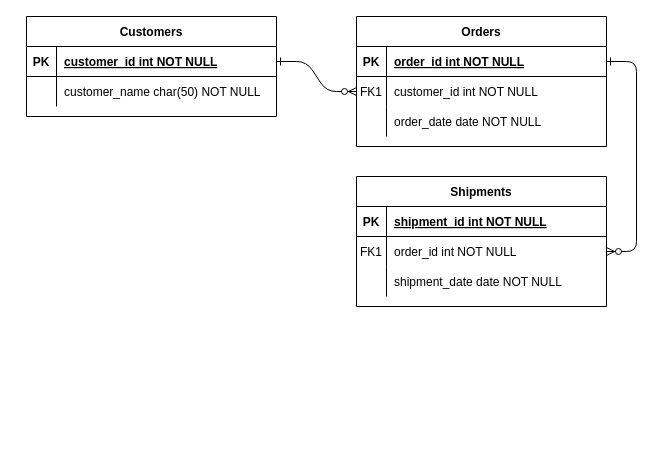
KailaTheeNgineer/TurtlePaint keeps this draw.io diagram as Untitled Diagram.drawio. Above is the earlier version. Source tidied: cells renumbered, new cells numbered last; positions are measured from the earlier drawing's top-left corner, leaving out a move shared by most shapes. Both pictures are drawn from the tidied source at 100%, with x=0, y=0 at pixel (26, 16).
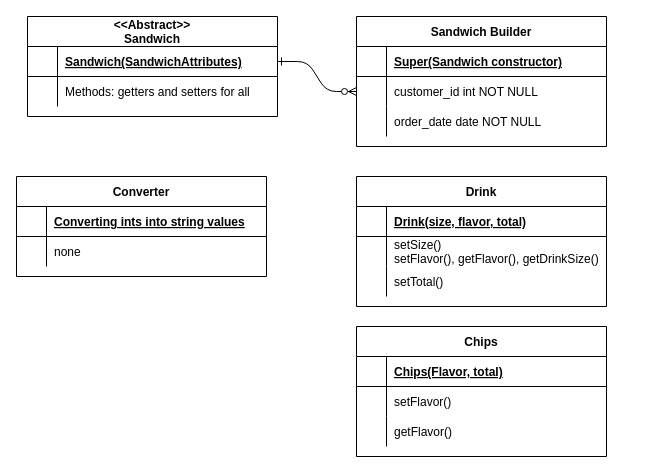
The same diagram, later.

The change refers to these unchanged cells:
```xml
<mxCell id="5" style="shape=partialRectangle;fillColor=none;points=[[0,0.5],[1,0.5]];portConstraint=eastwest;top=0;left=0;right=0;bottom=1;" parent="4" vertex="1">
  <mxGeometry y="30" width="250" height="30" as="geometry" />
</mxCell>
<mxCell id="8" style="shape=partialRectangle;fillColor=none;points=[[0,0.5],[1,0.5]];portConstraint=eastwest;top=0;left=0;right=0;bottom=0;" parent="4" vertex="1">
  <mxGeometry y="60" width="250" height="30" as="geometry" />
</mxCell>
<mxCell id="15" style="shape=partialRectangle;fillColor=none;top=0;left=0;right=0;bottom=1;" parent="14" vertex="1">
  <mxGeometry y="30" width="250" height="30" as="geometry" />
</mxCell>
<mxCell id="18" style="shape=partialRectangle;fillColor=none;points=[[0,0.5],[1,0.5]];portConstraint=eastwest;top=0;left=0;right=0;bottom=0;" parent="14" vertex="1">
  <mxGeometry y="60" width="250" height="30" as="geometry" />
</mxCell>
<mxCell id="21" style="shape=partialRectangle;fillColor=none;top=0;left=0;right=0;bottom=0;" parent="14" vertex="1">
  <mxGeometry y="90" width="250" height="30" as="geometry" />
</mxCell>
<mxCell id="25" style="shape=partialRectangle;fillColor=none;points=[[0,0.5],[1,0.5]];portConstraint=eastwest;top=0;left=0;right=0;bottom=1;" parent="24" vertex="1">
  <mxGeometry y="30" width="250" height="30" as="geometry" />
</mxCell>
<mxCell id="28" style="shape=partialRectangle;fillColor=none;top=0;left=0;right=0;bottom=0;" parent="24" vertex="1">
  <mxGeometry y="60" width="250" height="30" as="geometry" />
</mxCell>
```

Diff of the diagram source:
```diff
@@
-    <mxCell id="3" style="edgeStyle=entityRelationEdgeStyle;endArrow=ERzeroToMany;startArrow=ERone;endFill=1;startFill=0;" parent="1" edge="1" source="5" target="18">
-      <mxGeometry relative="1" as="geometry" />
-    </mxCell>
-    <mxCell id="4" value="Orders" style="shape=table;startSize=30;childLayout=tableLayout;rowLines=0;fontStyle=1;align=center;" parent="1" vertex="1">
+    <mxCell id="4" value="Sandwich Builder" style="shape=table;startSize=30;childLayout=tableLayout;rowLines=0;fontStyle=1;align=center;" parent="1" vertex="1">
       <mxGeometry x="330" width="250" height="130" as="geometry" />
     </mxCell>
@@
-    <mxCell id="6" value="PK" style="shape=partialRectangle;overflow=hidden;fillColor=none;top=0;left=0;bottom=0;right=0;fontStyle=1;" parent="5" vertex="1">
+    <mxCell id="6" style="shape=partialRectangle;overflow=hidden;fillColor=none;top=0;left=0;bottom=0;right=0;fontStyle=1;" parent="5" vertex="1">
       <mxGeometry width="30" height="30" as="geometry" />
     </mxCell>
-    <mxCell id="7" value="order_id int NOT NULL " style="shape=partialRectangle;overflow=hidden;fillColor=none;top=0;left=0;bottom=0;right=0;align=left;spacingLeft=6;fontStyle=5;" parent="5" vertex="1">
+    <mxCell id="7" value="Super(Sandwich constructor)" style="shape=partialRectangle;overflow=hidden;fillColor=none;top=0;left=0;bottom=0;right=0;align=left;spacingLeft=6;fontStyle=5;" parent="5" vertex="1">
       <mxGeometry x="30" width="220" height="30" as="geometry" />
     </mxCell>
@@
-    <mxCell id="9" value="FK1" style="shape=partialRectangle;overflow=hidden;fillColor=none;top=0;left=0;bottom=0;right=0;" parent="8" vertex="1">
+    <mxCell id="9" style="shape=partialRectangle;overflow=hidden;fillColor=none;top=0;left=0;bottom=0;right=0;" parent="8" vertex="1">
       <mxGeometry width="30" height="30" as="geometry" />
     </mxCell>
@@
-    <mxCell id="14" value="Shipments" style="shape=table;startSize=30;childLayout=tableLayout;rowLines=0;fontStyle=1;align=center;" parent="1" vertex="1">
+    <mxCell id="14" value="Drink" style="shape=table;startSize=30;childLayout=tableLayout;rowLines=0;fontStyle=1;align=center;" parent="1" vertex="1">
       <mxGeometry x="330" y="160" width="250" height="130" as="geometry" />
     </mxCell>
@@
-    <mxCell id="16" value="PK" style="shape=partialRectangle;overflow=hidden;fillColor=none;top=0;left=0;bottom=0;right=0;fontStyle=1;" parent="15" vertex="1">
+    <mxCell id="16" style="shape=partialRectangle;overflow=hidden;fillColor=none;top=0;left=0;bottom=0;right=0;fontStyle=1;" parent="15" vertex="1">
       <mxGeometry width="30" height="30" as="geometry" />
     </mxCell>
-    <mxCell id="17" value="shipment_id int NOT NULL " style="shape=partialRectangle;overflow=hidden;fillColor=none;top=0;left=0;bottom=0;right=0;align=left;spacingLeft=6;fontStyle=5;" parent="15" vertex="1">
+    <mxCell id="17" value="Drink(size, flavor, total)" style="shape=partialRectangle;overflow=hidden;fillColor=none;top=0;left=0;bottom=0;right=0;align=left;spacingLeft=6;fontStyle=5;" parent="15" vertex="1">
       <mxGeometry x="30" width="220" height="30" as="geometry" />
     </mxCell>
@@
-    <mxCell id="19" value="FK1" style="shape=partialRectangle;overflow=hidden;fillColor=none;top=0;left=0;bottom=0;right=0;" parent="18" vertex="1">
+    <mxCell id="19" style="shape=partialRectangle;overflow=hidden;fillColor=none;top=0;left=0;bottom=0;right=0;" parent="18" vertex="1">
       <mxGeometry width="30" height="30" as="geometry" />
     </mxCell>
-    <mxCell id="20" value="order_id int NOT NULL" style="shape=partialRectangle;overflow=hidden;fillColor=none;top=0;left=0;bottom=0;right=0;align=left;spacingLeft=6;" parent="18" vertex="1">
+    <mxCell id="20" value="setSize()&#10;setFlavor(), getFlavor(), getDrinkSize()" style="shape=partialRectangle;overflow=hidden;fillColor=none;top=0;left=0;bottom=0;right=0;align=left;spacingLeft=6;" parent="18" vertex="1">
       <mxGeometry x="30" width="220" height="30" as="geometry" />
     </mxCell>
@@
-    <mxCell id="23" value="shipment_date date NOT NULL" style="shape=partialRectangle;overflow=hidden;fillColor=none;top=0;left=0;bottom=0;right=0;align=left;spacingLeft=6;" parent="21" vertex="1">
+    <mxCell id="23" value="setTotal()" style="shape=partialRectangle;overflow=hidden;fillColor=none;top=0;left=0;bottom=0;right=0;align=left;spacingLeft=6;" parent="21" vertex="1">
       <mxGeometry x="30" width="220" height="30" as="geometry" />
     </mxCell>
-    <mxCell id="24" value="Customers" style="shape=table;startSize=30;childLayout=tableLayout;rowLines=0;fontStyle=1;align=center;" parent="1" vertex="1">
-      <mxGeometry width="250" height="100" as="geometry" />
+    <mxCell id="24" value="&lt;&lt;Abstract&gt;&gt;&#10;Sandwich" style="shape=table;startSize=30;childLayout=tableLayout;rowLines=0;fontStyle=1;align=center;" parent="1" vertex="1">
+      <mxGeometry x="1" width="250" height="100" as="geometry" />
     </mxCell>
@@
-    <mxCell id="26" value="PK" style="shape=partialRectangle;overflow=hidden;fillColor=none;top=0;left=0;bottom=0;right=0;fontStyle=1;" parent="25" vertex="1">
+    <mxCell id="26" style="shape=partialRectangle;overflow=hidden;fillColor=none;top=0;left=0;bottom=0;right=0;fontStyle=1;" parent="25" vertex="1">
       <mxGeometry width="30" height="30" as="geometry" />
     </mxCell>
-    <mxCell id="27" value="customer_id int NOT NULL " style="shape=partialRectangle;overflow=hidden;fillColor=none;top=0;left=0;bottom=0;right=0;align=left;spacingLeft=6;fontStyle=5;" parent="25" vertex="1">
+    <mxCell id="27" value="Sandwich(SandwichAttributes)" style="shape=partialRectangle;overflow=hidden;fillColor=none;top=0;left=0;bottom=0;right=0;align=left;spacingLeft=6;fontStyle=5;" parent="25" vertex="1">
       <mxGeometry x="30" width="220" height="30" as="geometry" />
     </mxCell>
@@
-    <mxCell id="30" value="customer_name char(50) NOT NULL" style="shape=partialRectangle;overflow=hidden;fillColor=none;top=0;left=0;bottom=0;right=0;align=left;spacingLeft=6;" parent="28" vertex="1">
+    <mxCell id="30" value="Methods: getters and setters for all" style="shape=partialRectangle;overflow=hidden;fillColor=none;top=0;left=0;bottom=0;right=0;align=left;spacingLeft=6;" parent="28" vertex="1">
       <mxGeometry x="30" width="220" height="30" as="geometry" />
     </mxCell>
+    <mxCell id="31" value="Converter" style="shape=table;startSize=30;childLayout=tableLayout;rowLines=0;fontStyle=1;align=center;" parent="1" vertex="1">
+      <mxGeometry x="-10" y="160" width="250" height="100" as="geometry" />
+    </mxCell>
+    <mxCell id="32" style="shape=partialRectangle;fillColor=none;top=0;left=0;right=0;bottom=1;" parent="31" vertex="1">
+      <mxGeometry y="30" width="250" height="30" as="geometry" />
+    </mxCell>
+    <mxCell id="33" style="shape=partialRectangle;overflow=hidden;fillColor=none;top=0;left=0;bottom=0;right=0;fontStyle=1;" parent="32" vertex="1">
+      <mxGeometry width="30" height="30" as="geometry" />
+    </mxCell>
+    <mxCell id="34" value="Converting ints into string values" style="shape=partialRectangle;overflow=hidden;fillColor=none;top=0;left=0;bottom=0;right=0;align=left;spacingLeft=6;fontStyle=5;" parent="32" vertex="1">
+      <mxGeometry x="30" width="220" height="30" as="geometry" />
+    </mxCell>
+    <mxCell id="35" style="shape=partialRectangle;fillColor=none;top=0;left=0;right=0;bottom=0;" parent="31" vertex="1">
+      <mxGeometry y="60" width="250" height="30" as="geometry" />
+    </mxCell>
+    <mxCell id="36" style="shape=partialRectangle;overflow=hidden;fillColor=none;top=0;left=0;bottom=0;right=0;" parent="35" vertex="1">
+      <mxGeometry width="30" height="30" as="geometry" />
+    </mxCell>
+    <mxCell id="37" value="none" style="shape=partialRectangle;overflow=hidden;fillColor=none;top=0;left=0;bottom=0;right=0;align=left;spacingLeft=6;" parent="35" vertex="1">
+      <mxGeometry x="30" width="220" height="30" as="geometry" />
+    </mxCell>
+    <mxCell id="38" value="Chips" style="shape=table;startSize=30;childLayout=tableLayout;rowLines=0;fontStyle=1;align=center;" parent="1" vertex="1">
+      <mxGeometry x="330" y="310" width="250" height="130" as="geometry" />
+    </mxCell>
+    <mxCell id="39" style="shape=partialRectangle;fillColor=none;top=0;left=0;right=0;bottom=1;" parent="38" vertex="1">
+      <mxGeometry y="30" width="250" height="30" as="geometry" />
+    </mxCell>
+    <mxCell id="40" style="shape=partialRectangle;overflow=hidden;fillColor=none;top=0;left=0;bottom=0;right=0;fontStyle=1;" parent="39" vertex="1">
+      <mxGeometry width="30" height="30" as="geometry" />
+    </mxCell>
+    <mxCell id="41" value="Chips(Flavor, total)" style="shape=partialRectangle;overflow=hidden;fillColor=none;top=0;left=0;bottom=0;right=0;align=left;spacingLeft=6;fontStyle=5;" parent="39" vertex="1">
+      <mxGeometry x="30" width="220" height="30" as="geometry" />
+    </mxCell>
+    <mxCell id="42" style="shape=partialRectangle;fillColor=none;top=0;left=0;right=0;bottom=0;" parent="38" vertex="1">
+      <mxGeometry y="60" width="250" height="30" as="geometry" />
+    </mxCell>
+    <mxCell id="43" style="shape=partialRectangle;overflow=hidden;fillColor=none;top=0;left=0;bottom=0;right=0;" parent="42" vertex="1">
+      <mxGeometry width="30" height="30" as="geometry" />
+    </mxCell>
+    <mxCell id="44" value="setFlavor()" style="shape=partialRectangle;overflow=hidden;fillColor=none;top=0;left=0;bottom=0;right=0;align=left;spacingLeft=6;" parent="42" vertex="1">
+      <mxGeometry x="30" width="220" height="30" as="geometry" />
+    </mxCell>
+    <mxCell id="45" style="shape=partialRectangle;fillColor=none;top=0;left=0;right=0;bottom=0;" parent="38" vertex="1">
+      <mxGeometry y="90" width="250" height="30" as="geometry" />
+    </mxCell>
+    <mxCell id="46" style="shape=partialRectangle;overflow=hidden;fillColor=none;top=0;left=0;bottom=0;right=0;" parent="45" vertex="1">
+      <mxGeometry width="30" height="30" as="geometry" />
+    </mxCell>
+    <mxCell id="47" value="getFlavor()" style="shape=partialRectangle;overflow=hidden;fillColor=none;top=0;left=0;bottom=0;right=0;align=left;spacingLeft=6;" parent="45" vertex="1">
+      <mxGeometry x="30" width="220" height="30" as="geometry" />
+    </mxCell>
```
